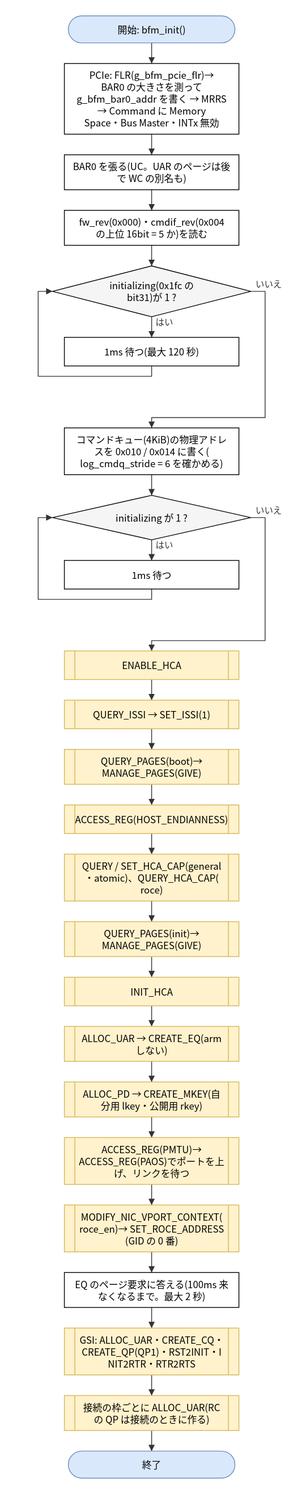
Earlier version of the draw.io export doc/spec/images/hw_boot.drawio.svg (hf355051012-ai/bfmem). Source tidied: cells renumbered, new cells last; positions are measured from the earlier drawing's top-left corner, leaving out a move shared by most shapes.
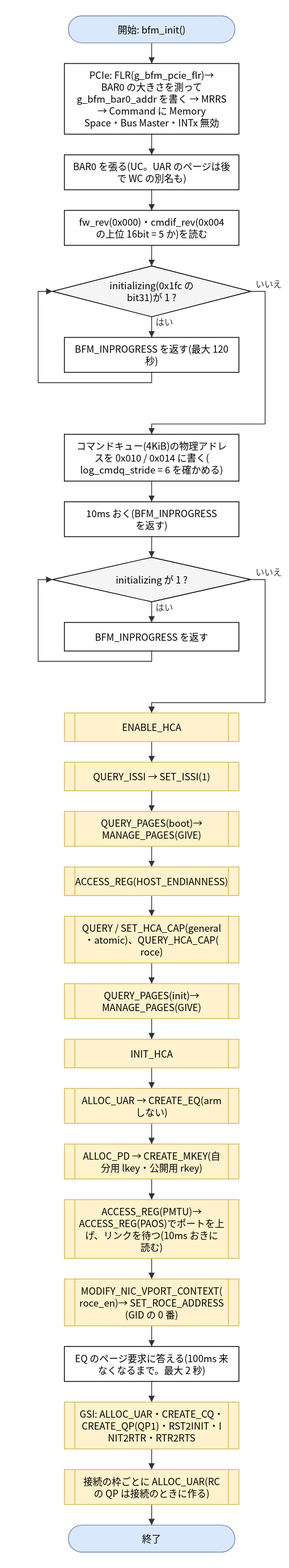
After the commit.

Diff of the diagram source:
```diff
@@ -17,63 +17,66 @@
     <mxCell id="6" value="initializing(0x1fc の&lt;br&gt;bit31)が 1 ?" style="rhombus;whiteSpace=wrap;html=1;fillColor=#f5f5f5;" parent="1" vertex="1">
       <mxGeometry x="18" y="315" width="250" height="64" as="geometry" />
     </mxCell>
-    <mxCell id="7" value="1ms 待つ(最大 120 秒)" style="rounded=0;whiteSpace=wrap;html=1;" parent="1" vertex="1">
-      <mxGeometry x="33" y="405" width="220" height="36" as="geometry" />
+    <mxCell id="7" value="BFM_INPROGRESS を返す(最大 120&lt;br&gt;秒)" style="rounded=0;whiteSpace=wrap;html=1;" parent="1" vertex="1">
+      <mxGeometry x="33" y="405" width="220" height="44" as="geometry" />
     </mxCell>
     <mxCell id="8" value="コマンドキュー(4KiB)の物理アドレ&lt;br&gt;スを 0x010 / 0x014 に書く(&lt;br&gt;log_cmdq_stride = 6 を確かめる)" style="rounded=0;whiteSpace=wrap;html=1;" parent="1" vertex="1">
-      <mxGeometry x="33" y="519" width="220" height="59" as="geometry" />
+      <mxGeometry x="33" y="527" width="220" height="59" as="geometry" />
     </mxCell>
-    <mxCell id="9" value="initializing が 1 ?" style="rhombus;whiteSpace=wrap;html=1;fillColor=#f5f5f5;" parent="1" vertex="1">
-      <mxGeometry x="18" y="604" width="250" height="56" as="geometry" />
+    <mxCell id="9" value="10ms おく(BFM_INPROGRESS&lt;br&gt;を返す)" style="rounded=0;whiteSpace=wrap;html=1;" parent="1" vertex="1">
+      <mxGeometry x="33" y="612" width="220" height="44" as="geometry" />
     </mxCell>
-    <mxCell id="10" value="1ms 待つ" style="rounded=0;whiteSpace=wrap;html=1;" parent="1" vertex="1">
-      <mxGeometry x="33" y="686" width="220" height="36" as="geometry" />
+    <mxCell id="10" value="initializing が 1 ?" style="rhombus;whiteSpace=wrap;html=1;fillColor=#f5f5f5;" parent="1" vertex="1">
+      <mxGeometry x="18" y="682" width="250" height="56" as="geometry" />
     </mxCell>
-    <mxCell id="11" value="ENABLE_HCA" style="shape=process;whiteSpace=wrap;html=1;backgroundOutline=1;size=0.06;fillColor=#fff2cc;strokeColor=#d6b656;" parent="1" vertex="1">
-      <mxGeometry x="33" y="800" width="220" height="36" as="geometry" />
+    <mxCell id="11" value="BFM_INPROGRESS を返す" style="rounded=0;whiteSpace=wrap;html=1;" parent="1" vertex="1">
+      <mxGeometry x="33" y="764" width="220" height="36" as="geometry" />
     </mxCell>
-    <mxCell id="12" value="QUERY_ISSI → SET_ISSI(1)" style="shape=process;whiteSpace=wrap;html=1;backgroundOutline=1;size=0.06;fillColor=#fff2cc;strokeColor=#d6b656;" parent="1" vertex="1">
-      <mxGeometry x="33" y="862" width="220" height="36" as="geometry" />
+    <mxCell id="12" value="ENABLE_HCA" style="shape=process;whiteSpace=wrap;html=1;backgroundOutline=1;size=0.06;fillColor=#fff2cc;strokeColor=#d6b656;" parent="1" vertex="1">
+      <mxGeometry x="33" y="878" width="220" height="36" as="geometry" />
     </mxCell>
-    <mxCell id="13" value="QUERY_PAGES(boot)→&lt;br&gt;MANAGE_PAGES(GIVE)" style="shape=process;whiteSpace=wrap;html=1;backgroundOutline=1;size=0.06;fillColor=#fff2cc;strokeColor=#d6b656;" parent="1" vertex="1">
-      <mxGeometry x="33" y="924" width="220" height="44" as="geometry" />
+    <mxCell id="13" value="QUERY_ISSI → SET_ISSI(1)" style="shape=process;whiteSpace=wrap;html=1;backgroundOutline=1;size=0.06;fillColor=#fff2cc;strokeColor=#d6b656;" parent="1" vertex="1">
+      <mxGeometry x="33" y="940" width="220" height="36" as="geometry" />
     </mxCell>
-    <mxCell id="14" value="ACCESS_REG(HOST_ENDIANNESS)" style="shape=process;whiteSpace=wrap;html=1;backgroundOutline=1;size=0.06;fillColor=#fff2cc;strokeColor=#d6b656;" parent="1" vertex="1">
-      <mxGeometry x="33" y="994" width="220" height="36" as="geometry" />
+    <mxCell id="14" value="QUERY_PAGES(boot)→&lt;br&gt;MANAGE_PAGES(GIVE)" style="shape=process;whiteSpace=wrap;html=1;backgroundOutline=1;size=0.06;fillColor=#fff2cc;strokeColor=#d6b656;" parent="1" vertex="1">
+      <mxGeometry x="33" y="1002" width="220" height="44" as="geometry" />
     </mxCell>
-    <mxCell id="15" value="QUERY / SET_HCA_CAP(general&lt;br&gt;・atomic)、QUERY_HCA_CAP(&lt;br&gt;roce)" style="shape=process;whiteSpace=wrap;html=1;backgroundOutline=1;size=0.06;fillColor=#fff2cc;strokeColor=#d6b656;" parent="1" vertex="1">
-      <mxGeometry x="33" y="1056" width="220" height="59" as="geometry" />
+    <mxCell id="15" value="ACCESS_REG(HOST_ENDIANNESS)" style="shape=process;whiteSpace=wrap;html=1;backgroundOutline=1;size=0.06;fillColor=#fff2cc;strokeColor=#d6b656;" parent="1" vertex="1">
+      <mxGeometry x="33" y="1072" width="220" height="36" as="geometry" />
     </mxCell>
-    <mxCell id="16" value="QUERY_PAGES(init)→&lt;br&gt;MANAGE_PAGES(GIVE)" style="shape=process;whiteSpace=wrap;html=1;backgroundOutline=1;size=0.06;fillColor=#fff2cc;strokeColor=#d6b656;" parent="1" vertex="1">
-      <mxGeometry x="33" y="1141" width="220" height="44" as="geometry" />
+    <mxCell id="16" value="QUERY / SET_HCA_CAP(general&lt;br&gt;・atomic)、QUERY_HCA_CAP(&lt;br&gt;roce)" style="shape=process;whiteSpace=wrap;html=1;backgroundOutline=1;size=0.06;fillColor=#fff2cc;strokeColor=#d6b656;" parent="1" vertex="1">
+      <mxGeometry x="33" y="1134" width="220" height="59" as="geometry" />
     </mxCell>
-    <mxCell id="17" value="INIT_HCA" style="shape=process;whiteSpace=wrap;html=1;backgroundOutline=1;size=0.06;fillColor=#fff2cc;strokeColor=#d6b656;" parent="1" vertex="1">
-      <mxGeometry x="33" y="1211" width="220" height="36" as="geometry" />
+    <mxCell id="17" value="QUERY_PAGES(init)→&lt;br&gt;MANAGE_PAGES(GIVE)" style="shape=process;whiteSpace=wrap;html=1;backgroundOutline=1;size=0.06;fillColor=#fff2cc;strokeColor=#d6b656;" parent="1" vertex="1">
+      <mxGeometry x="33" y="1219" width="220" height="44" as="geometry" />
     </mxCell>
-    <mxCell id="18" value="ALLOC_UAR → CREATE_EQ(arm&lt;br&gt;しない)" style="shape=process;whiteSpace=wrap;html=1;backgroundOutline=1;size=0.06;fillColor=#fff2cc;strokeColor=#d6b656;" parent="1" vertex="1">
-      <mxGeometry x="33" y="1273" width="220" height="44" as="geometry" />
+    <mxCell id="18" value="INIT_HCA" style="shape=process;whiteSpace=wrap;html=1;backgroundOutline=1;size=0.06;fillColor=#fff2cc;strokeColor=#d6b656;" parent="1" vertex="1">
+      <mxGeometry x="33" y="1289" width="220" height="36" as="geometry" />
     </mxCell>
-    <mxCell id="19" value="ALLOC_PD → CREATE_MKEY(自&lt;br&gt;分用 lkey・公開用 rkey)" style="shape=process;whiteSpace=wrap;html=1;backgroundOutline=1;size=0.06;fillColor=#fff2cc;strokeColor=#d6b656;" parent="1" vertex="1">
-      <mxGeometry x="33" y="1343" width="220" height="44" as="geometry" />
+    <mxCell id="19" value="ALLOC_UAR → CREATE_EQ(arm&lt;br&gt;しない)" style="shape=process;whiteSpace=wrap;html=1;backgroundOutline=1;size=0.06;fillColor=#fff2cc;strokeColor=#d6b656;" parent="1" vertex="1">
+      <mxGeometry x="33" y="1351" width="220" height="44" as="geometry" />
     </mxCell>
-    <mxCell id="20" value="ACCESS_REG(PMTU)→&lt;br&gt;ACCESS_REG(PAOS)でポートを上&lt;br&gt;げ、リンクを待つ" style="shape=process;whiteSpace=wrap;html=1;backgroundOutline=1;size=0.06;fillColor=#fff2cc;strokeColor=#d6b656;" parent="1" vertex="1">
-      <mxGeometry x="33" y="1413" width="220" height="59" as="geometry" />
+    <mxCell id="20" value="ALLOC_PD → CREATE_MKEY(自&lt;br&gt;分用 lkey・公開用 rkey)" style="shape=process;whiteSpace=wrap;html=1;backgroundOutline=1;size=0.06;fillColor=#fff2cc;strokeColor=#d6b656;" parent="1" vertex="1">
+      <mxGeometry x="33" y="1421" width="220" height="44" as="geometry" />
     </mxCell>
-    <mxCell id="21" value="MODIFY_NIC_VPORT_CONTEXT(&lt;br&gt;roce_en)→ SET_ROCE_ADDRESS&lt;br&gt;(GID の 0 番)" style="shape=process;whiteSpace=wrap;html=1;backgroundOutline=1;size=0.06;fillColor=#fff2cc;strokeColor=#d6b656;" parent="1" vertex="1">
-      <mxGeometry x="33" y="1498" width="220" height="59" as="geometry" />
+    <mxCell id="21" value="ACCESS_REG(PMTU)→&lt;br&gt;ACCESS_REG(PAOS)でポートを上&lt;br&gt;げ、リンクを待つ(10ms おきに&lt;br&gt;読む)" style="shape=process;whiteSpace=wrap;html=1;backgroundOutline=1;size=0.06;fillColor=#fff2cc;strokeColor=#d6b656;" parent="1" vertex="1">
+      <mxGeometry x="33" y="1491" width="220" height="74" as="geometry" />
     </mxCell>
-    <mxCell id="22" value="EQ のページ要求に答える(100ms 来&lt;br&gt;なくなるまで。最大 2 秒)" style="rounded=0;whiteSpace=wrap;html=1;" parent="1" vertex="1">
-      <mxGeometry x="33" y="1583" width="220" height="44" as="geometry" />
+    <mxCell id="22" value="MODIFY_NIC_VPORT_CONTEXT(&lt;br&gt;roce_en)→ SET_ROCE_ADDRESS&lt;br&gt;(GID の 0 番)" style="shape=process;whiteSpace=wrap;html=1;backgroundOutline=1;size=0.06;fillColor=#fff2cc;strokeColor=#d6b656;" parent="1" vertex="1">
+      <mxGeometry x="33" y="1591" width="220" height="59" as="geometry" />
     </mxCell>
-    <mxCell id="23" value="GSI: ALLOC_UAR・CREATE_CQ・&lt;br&gt;CREATE_QP(QP1)・RST2INIT・I&lt;br&gt;NIT2RTR・RTR2RTS" style="shape=process;whiteSpace=wrap;html=1;backgroundOutline=1;size=0.06;fillColor=#fff2cc;strokeColor=#d6b656;" parent="1" vertex="1">
-      <mxGeometry x="33" y="1653" width="220" height="59" as="geometry" />
+    <mxCell id="23" value="EQ のページ要求に答える(100ms 来&lt;br&gt;なくなるまで。最大 2 秒)" style="rounded=0;whiteSpace=wrap;html=1;" parent="1" vertex="1">
+      <mxGeometry x="33" y="1676" width="220" height="44" as="geometry" />
     </mxCell>
-    <mxCell id="24" value="接続の枠ごとに ALLOC_UAR(RC&lt;br&gt;の QP は接続のときに作る)" style="shape=process;whiteSpace=wrap;html=1;backgroundOutline=1;size=0.06;fillColor=#fff2cc;strokeColor=#d6b656;" parent="1" vertex="1">
-      <mxGeometry x="33" y="1738" width="220" height="44" as="geometry" />
+    <mxCell id="24" value="GSI: ALLOC_UAR・CREATE_CQ・&lt;br&gt;CREATE_QP(QP1)・RST2INIT・I&lt;br&gt;NIT2RTR・RTR2RTS" style="shape=process;whiteSpace=wrap;html=1;backgroundOutline=1;size=0.06;fillColor=#fff2cc;strokeColor=#d6b656;" parent="1" vertex="1">
+      <mxGeometry x="33" y="1746" width="220" height="59" as="geometry" />
     </mxCell>
-    <mxCell id="25" value="終了" style="rounded=1;arcSize=50;whiteSpace=wrap;html=1;fillColor=#dae8fc;strokeColor=#6c8ebf;" parent="1" vertex="1">
-      <mxGeometry x="38" y="1808" width="210" height="34" as="geometry" />
+    <mxCell id="25" value="接続の枠ごとに ALLOC_UAR(RC&lt;br&gt;の QP は接続のときに作る)" style="shape=process;whiteSpace=wrap;html=1;backgroundOutline=1;size=0.06;fillColor=#fff2cc;strokeColor=#d6b656;" parent="1" vertex="1">
+      <mxGeometry x="33" y="1831" width="220" height="44" as="geometry" />
     </mxCell>
+    <mxCell id="51" value="終了" style="rounded=1;arcSize=50;whiteSpace=wrap;html=1;fillColor=#dae8fc;strokeColor=#6c8ebf;" parent="1" vertex="1">
+      <mxGeometry x="38" y="1901" width="210" height="34" as="geometry" />
+    </mxCell>
     <mxCell id="26" style="edgeStyle=none;html=1;rounded=0;endArrow=block;endFill=1;exitX=0.5000;exitY=1.0000;exitDx=0;exitDy=0;exitPerimeter=0;entryX=0.5000;entryY=0.0000;entryDx=0;entryDy=0;entryPerimeter=0;" parent="1" edge="1" source="2" target="3">
       <mxGeometry relative="1" as="geometry" />
     </mxCell>
@@ -92,8 +95,8 @@
     <mxCell id="31" style="edgeStyle=none;html=1;rounded=0;endArrow=block;endFill=1;exitX=0.5000;exitY=1.0000;exitDx=0;exitDy=0;exitPerimeter=0;entryX=0.0000;entryY=0.5000;entryDx=0;entryDy=0;entryPerimeter=0;" parent="1" edge="1" source="7" target="6">
       <mxGeometry relative="1" as="geometry">
         <Array as="points">
-          <mxPoint x="143" y="454" />
-          <mxPoint y="454" />
+          <mxPoint x="143" y="462" />
+          <mxPoint y="462" />
           <mxPoint y="347" />
         </Array>
       </mxGeometry>
@@ -102,37 +105,37 @@
       <mxGeometry relative="1" as="geometry">
         <Array as="points">
           <mxPoint x="286" y="347" />
-          <mxPoint x="286" y="506" />
-          <mxPoint x="143" y="506" />
+          <mxPoint x="286" y="514" />
+          <mxPoint x="143" y="514" />
         </Array>
       </mxGeometry>
     </mxCell>
     <mxCell id="33" style="edgeStyle=none;html=1;rounded=0;endArrow=block;endFill=1;exitX=0.5000;exitY=1.0000;exitDx=0;exitDy=0;exitPerimeter=0;entryX=0.5000;entryY=0.0000;entryDx=0;entryDy=0;entryPerimeter=0;" parent="1" edge="1" source="8" target="9">
       <mxGeometry relative="1" as="geometry" />
     </mxCell>
-    <mxCell id="34" value="はい" style="edgeStyle=none;html=1;rounded=0;endArrow=block;endFill=1;exitX=0.5000;exitY=1.0000;exitDx=0;exitDy=0;exitPerimeter=0;entryX=0.5000;entryY=0.0000;entryDx=0;entryDy=0;entryPerimeter=0;" parent="1" edge="1" source="9" target="10">
+    <mxCell id="34" style="edgeStyle=none;html=1;rounded=0;endArrow=block;endFill=1;exitX=0.5000;exitY=1.0000;exitDx=0;exitDy=0;exitPerimeter=0;entryX=0.5000;entryY=0.0000;entryDx=0;entryDy=0;entryPerimeter=0;" parent="1" edge="1" source="9" target="10">
       <mxGeometry relative="1" as="geometry" />
     </mxCell>
-    <mxCell id="35" style="edgeStyle=none;html=1;rounded=0;endArrow=block;endFill=1;exitX=0.5000;exitY=1.0000;exitDx=0;exitDy=0;exitPerimeter=0;entryX=0.0000;entryY=0.5000;entryDx=0;entryDy=0;entryPerimeter=0;" parent="1" edge="1" source="10" target="9">
-      <mxGeometry relative="1" as="geometry">
-        <Array as="points">
-          <mxPoint x="143" y="735" />
-          <mxPoint y="735" />
-          <mxPoint y="632" />
-        </Array>
-      </mxGeometry>
+    <mxCell id="35" value="はい" style="edgeStyle=none;html=1;rounded=0;endArrow=block;endFill=1;exitX=0.5000;exitY=1.0000;exitDx=0;exitDy=0;exitPerimeter=0;entryX=0.5000;entryY=0.0000;entryDx=0;entryDy=0;entryPerimeter=0;" parent="1" edge="1" source="10" target="11">
+      <mxGeometry relative="1" as="geometry" />
     </mxCell>
-    <mxCell id="36" value="いいえ" style="edgeStyle=none;html=1;rounded=0;endArrow=block;endFill=1;exitX=1.0000;exitY=0.5000;exitDx=0;exitDy=0;exitPerimeter=0;entryX=0.5000;entryY=0.0000;entryDx=0;entryDy=0;entryPerimeter=0;" parent="1" edge="1" source="9" target="11">
+    <mxCell id="36" style="edgeStyle=none;html=1;rounded=0;endArrow=block;endFill=1;exitX=0.5000;exitY=1.0000;exitDx=0;exitDy=0;exitPerimeter=0;entryX=0.0000;entryY=0.5000;entryDx=0;entryDy=0;entryPerimeter=0;" parent="1" edge="1" source="11" target="10">
       <mxGeometry relative="1" as="geometry">
         <Array as="points">
-          <mxPoint x="286" y="632" />
-          <mxPoint x="286" y="787" />
-          <mxPoint x="143" y="787" />
+          <mxPoint x="143" y="813" />
+          <mxPoint y="813" />
+          <mxPoint y="710" />
         </Array>
       </mxGeometry>
     </mxCell>
-    <mxCell id="37" style="edgeStyle=none;html=1;rounded=0;endArrow=block;endFill=1;exitX=0.5000;exitY=1.0000;exitDx=0;exitDy=0;exitPerimeter=0;entryX=0.5000;entryY=0.0000;entryDx=0;entryDy=0;entryPerimeter=0;" parent="1" edge="1" source="11" target="12">
-      <mxGeometry relative="1" as="geometry" />
+    <mxCell id="37" value="いいえ" style="edgeStyle=none;html=1;rounded=0;endArrow=block;endFill=1;exitX=1.0000;exitY=0.5000;exitDx=0;exitDy=0;exitPerimeter=0;entryX=0.5000;entryY=0.0000;entryDx=0;entryDy=0;entryPerimeter=0;" parent="1" edge="1" source="10" target="12">
+      <mxGeometry relative="1" as="geometry">
+        <Array as="points">
+          <mxPoint x="286" y="710" />
+          <mxPoint x="286" y="865" />
+          <mxPoint x="143" y="865" />
+        </Array>
+      </mxGeometry>
     </mxCell>
     <mxCell id="38" style="edgeStyle=none;html=1;rounded=0;endArrow=block;endFill=1;exitX=0.5000;exitY=1.0000;exitDx=0;exitDy=0;exitPerimeter=0;entryX=0.5000;entryY=0.0000;entryDx=0;entryDy=0;entryPerimeter=0;" parent="1" edge="1" source="12" target="13">
       <mxGeometry relative="1" as="geometry" />
@@ -173,5 +176,8 @@
     <mxCell id="50" style="edgeStyle=none;html=1;rounded=0;endArrow=block;endFill=1;exitX=0.5000;exitY=1.0000;exitDx=0;exitDy=0;exitPerimeter=0;entryX=0.5000;entryY=0.0000;entryDx=0;entryDy=0;entryPerimeter=0;" parent="1" edge="1" source="24" target="25">
       <mxGeometry relative="1" as="geometry" />
     </mxCell>
+    <mxCell id="52" style="edgeStyle=none;html=1;rounded=0;endArrow=block;endFill=1;exitX=0.5000;exitY=1.0000;exitDx=0;exitDy=0;exitPerimeter=0;entryX=0.5000;entryY=0.0000;entryDx=0;entryDy=0;entryPerimeter=0;" parent="1" edge="1" source="25" target="51">
+      <mxGeometry relative="1" as="geometry" />
+    </mxCell>
   </root>
 </mxGraphModel>
```
